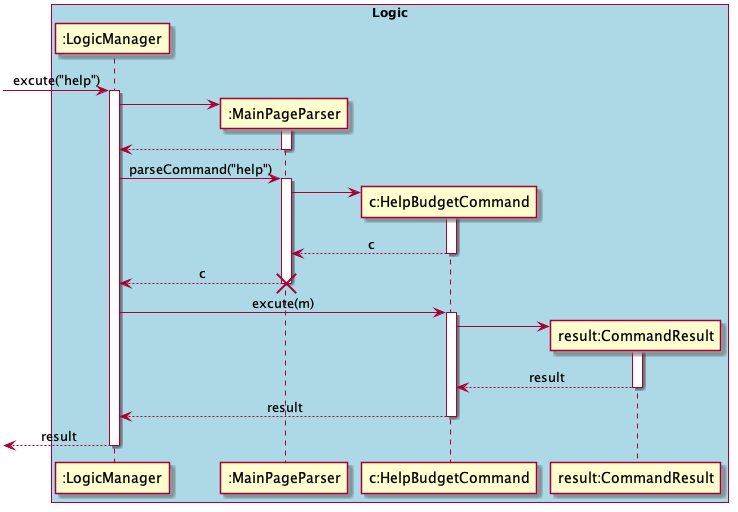
Above: docs/diagrams/commandsPlantUML/diagram/HelpCommand.png in yu-ming-chen/tp (PlantUML), before the change.
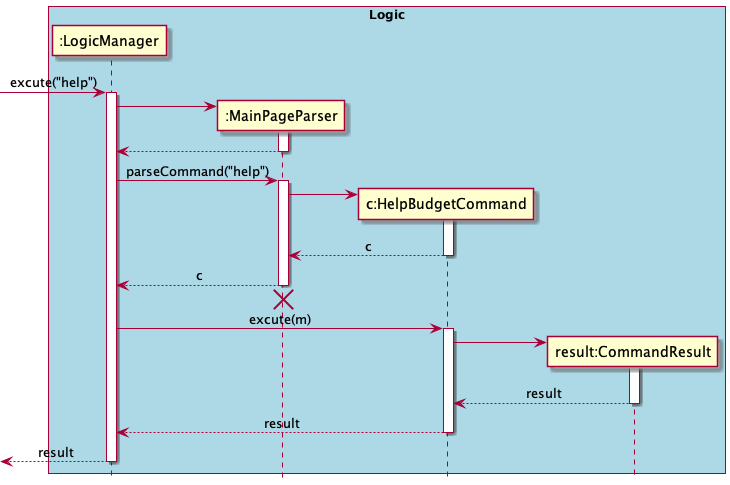
The same file after the commit.

Change to the diagram source:
```diff
@@ -2,6 +2,7 @@
 skinparam Sequence {
     MessageAlign center
 }
+hide footbox
 box "Logic" #LightBlue
 participant ":LogicManager" as LM
 participant ":MainPageParser" as MPP
@@ -27,6 +28,7 @@
 
 LM <-- MPP : c
 deactivate MPP
+LM <-[hidden]- MPP
 destroy MPP
 
 
```
